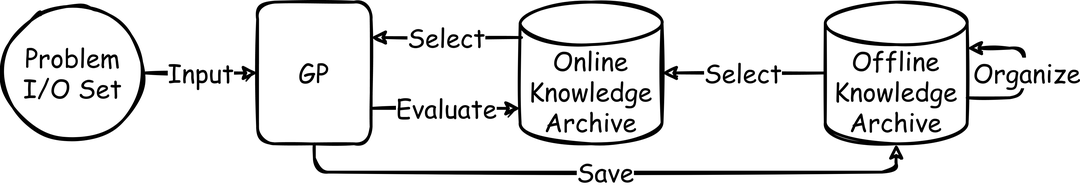
Before: img-readme/simple.png, a diagram exported from draw.io (Y1fanHE/kdps-arm). Source tidied: cells renumbered, new cells last; positions are measured from the earlier drawing's top-left corner, leaving out a move shared by most shapes. Its diagram source:
```xml
<mxGraphModel>
  <root>
    <mxCell id="0" />
    <mxCell id="1" parent="0" />
    <mxCell id="2" style="group;" parent="1" vertex="1">
      <mxGeometry width="720" height="100" as="geometry" />
    </mxCell>
    <mxCell id="3" style="edgeStyle=orthogonalEdgeStyle;orthogonalLoop=1;jettySize=auto;html=1;exitX=1;exitY=0;exitDx=0;exitDy=67.5;entryX=1;entryY=0;entryDx=0;entryDy=32.5;fontFamily=Comic Sans MS;entryPerimeter=0;exitPerimeter=0;sketch=1;rounded=1;strokeWidth=2;" parent="2" edge="1" source="11" target="11">
      <mxGeometry relative="1" as="geometry">
        <Array as="points">
          <mxPoint x="720" y="68" />
          <mxPoint x="720" y="33" />
        </Array>
      </mxGeometry>
    </mxCell>
    <mxCell id="4" value="Organize" style="edgeLabel;html=1;align=center;verticalAlign=middle;fontFamily=Comic Sans MS;fontSize=18;" parent="3" vertex="1">
      <mxGeometry y="-1" relative="1" as="geometry" />
    </mxCell>
    <mxCell id="5" value="GP" style="rounded=1;whiteSpace=wrap;html=1;sketch=1;fontFamily=Comic Sans MS;fillStyle=solid;fontStyle=0;fontSize=18;glass=0;strokeWidth=2;" parent="2" vertex="1">
      <mxGeometry x="180" width="80" height="100" as="geometry" />
    </mxCell>
    <mxCell id="6" value="Input" style="edgeStyle=orthogonalEdgeStyle;jettySize=auto;html=1;fontSize=18;fontFamily=Comic Sans MS;sketch=1;rounded=1;strokeWidth=2;" parent="2" edge="1" source="7" target="5">
      <mxGeometry relative="1" as="geometry" />
    </mxCell>
    <mxCell id="7" value="&lt;div style=&quot;font-size: 18px;&quot;&gt;Problem&lt;br style=&quot;font-size: 18px;&quot;&gt;&lt;/div&gt;&lt;div style=&quot;font-size: 18px;&quot;&gt;I/O Set&lt;/div&gt;" style="ellipse;whiteSpace=wrap;html=1;rounded=1;sketch=1;fontFamily=Comic Sans MS;fillStyle=solid;fontStyle=0;fontSize=18;strokeWidth=2;" parent="2" vertex="1">
      <mxGeometry width="100" height="100" as="geometry" />
    </mxCell>
    <mxCell id="8" value="&lt;div style=&quot;font-size: 18px;&quot;&gt;Online&lt;/div&gt;&lt;div style=&quot;font-size: 18px;&quot;&gt;Knowledge&lt;/div&gt;&lt;div style=&quot;font-size: 18px;&quot;&gt;Archive&lt;/div&gt;" style="shape=cylinder3;whiteSpace=wrap;html=1;boundedLbl=1;backgroundOutline=1;size=15;fontFamily=Comic Sans MS;fontSize=18;sketch=1;strokeWidth=2;fillStyle=solid;" parent="2" vertex="1">
      <mxGeometry x="365" width="100" height="100" as="geometry" />
    </mxCell>
    <mxCell id="9" value="Select" style="edgeStyle=orthogonalEdgeStyle;jettySize=auto;html=1;entryX=1;entryY=0.25;entryDx=0;entryDy=0;fontSize=18;fontFamily=Comic Sans MS;exitX=0.01;exitY=0.25;exitDx=0;exitDy=0;exitPerimeter=0;sketch=1;rounded=1;strokeWidth=2;" parent="2" edge="1" source="8" target="5">
      <mxGeometry relative="1" as="geometry" />
    </mxCell>
    <mxCell id="10" value="Evaluate" style="edgeStyle=orthogonalEdgeStyle;jettySize=auto;html=1;exitX=1;exitY=0.75;exitDx=0;exitDy=0;entryX=0;entryY=0.75;entryDx=0;entryDy=0;fontFamily=Comic Sans MS;fontSize=18;entryPerimeter=0;sketch=1;rounded=1;strokeWidth=2;" parent="2" edge="1" source="5" target="8">
      <mxGeometry relative="1" as="geometry" />
    </mxCell>
    <mxCell id="11" value="Offline&lt;div style=&quot;font-size: 18px&quot;&gt;Knowledge&lt;/div&gt;&lt;div style=&quot;font-size: 18px&quot;&gt;Archive&lt;/div&gt;" style="shape=cylinder3;whiteSpace=wrap;html=1;boundedLbl=1;backgroundOutline=1;size=15;fontFamily=Comic Sans MS;fontSize=18;sketch=1;strokeWidth=2;fillStyle=solid;" parent="2" vertex="1">
      <mxGeometry x="580" width="100" height="100" as="geometry" />
    </mxCell>
    <mxCell id="12" value="Save" style="edgeStyle=orthogonalEdgeStyle;jettySize=auto;html=1;exitX=0.5;exitY=1;exitDx=0;exitDy=0;fontSize=18;fontFamily=Comic Sans MS;entryX=0.5;entryY=1;entryDx=0;entryDy=0;entryPerimeter=0;sketch=1;rounded=1;strokeWidth=2;" parent="2" edge="1" source="5" target="11">
      <mxGeometry relative="1" as="geometry" />
    </mxCell>
    <mxCell id="13" value="Select" style="edgeStyle=orthogonalEdgeStyle;jettySize=auto;html=1;entryX=1;entryY=0.5;entryDx=0;entryDy=0;exitX=0;exitY=0.5;exitDx=0;exitDy=0;fontSize=18;fontFamily=Comic Sans MS;entryPerimeter=0;exitPerimeter=0;sketch=1;rounded=1;strokeWidth=2;" parent="2" edge="1" source="11" target="8">
      <mxGeometry relative="1" as="geometry" />
    </mxCell>
  </root>
</mxGraphModel>
```
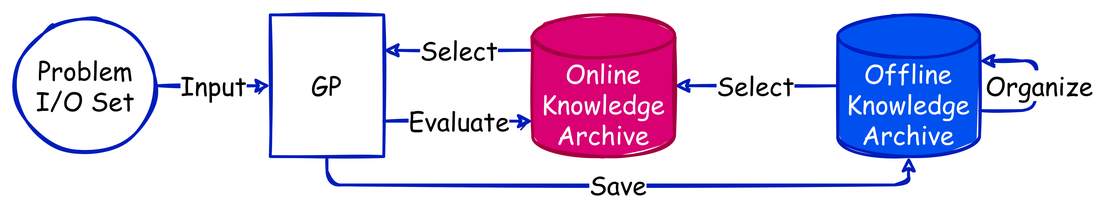
Later version of the same file.

Change to the diagram source:
```diff
@@ -3,45 +3,48 @@
     <mxCell id="0" />
     <mxCell id="1" parent="0" />
     <mxCell id="2" style="group;" parent="1" vertex="1">
-      <mxGeometry width="720" height="100" as="geometry" />
+      <mxGeometry width="780" height="150" as="geometry" />
     </mxCell>
-    <mxCell id="3" style="edgeStyle=orthogonalEdgeStyle;orthogonalLoop=1;jettySize=auto;html=1;exitX=1;exitY=0;exitDx=0;exitDy=67.5;entryX=1;entryY=0;entryDx=0;entryDy=32.5;fontFamily=Comic Sans MS;entryPerimeter=0;exitPerimeter=0;sketch=1;rounded=1;strokeWidth=2;" parent="2" edge="1" source="11" target="11">
-      <mxGeometry relative="1" as="geometry">
-        <Array as="points">
-          <mxPoint x="720" y="68" />
-          <mxPoint x="720" y="33" />
-        </Array>
-      </mxGeometry>
+    <mxCell id="3" style="rounded=0;whiteSpace=wrap;html=1;fillColor=none;strokeColor=none;" parent="2" vertex="1">
+      <mxGeometry width="780" height="150" as="geometry" />
     </mxCell>
-    <mxCell id="4" value="Organize" style="edgeLabel;html=1;align=center;verticalAlign=middle;fontFamily=Comic Sans MS;fontSize=18;" parent="3" vertex="1">
-      <mxGeometry y="-1" relative="1" as="geometry" />
+    <mxCell id="4" style="edgeStyle=orthogonalEdgeStyle;orthogonalLoop=1;jettySize=auto;html=1;exitX=1;exitY=0;exitDx=0;exitDy=67.5;entryX=1;entryY=0;entryDx=0;entryDy=32.5;fontFamily=Comic Sans MS;entryPerimeter=0;exitPerimeter=0;sketch=1;rounded=1;strokeWidth=2;fillColor=#0050ef;strokeColor=#001DBC;" parent="2" edge="1" source="11" target="11">
+      <mxGeometry relative="1" as="geometry">
+        <Array as="points">
+          <mxPoint x="730" y="78" />
+          <mxPoint x="730" y="43" />
+        </Array>
+      </mxGeometry>
     </mxCell>
-    <mxCell id="5" value="GP" style="rounded=1;whiteSpace=wrap;html=1;sketch=1;fontFamily=Comic Sans MS;fillStyle=solid;fontStyle=0;fontSize=18;glass=0;strokeWidth=2;" parent="2" vertex="1">
-      <mxGeometry x="180" width="80" height="100" as="geometry" />
+    <mxCell id="5" value="Organize" style="edgeLabel;html=1;align=center;verticalAlign=middle;points=[];fontFamily=Comic Sans MS;fontSize=18;" parent="4" vertex="1">
+      <mxGeometry y="-1" relative="1" as="geometry" />
     </mxCell>
-    <mxCell id="6" value="Input" style="edgeStyle=orthogonalEdgeStyle;jettySize=auto;html=1;fontSize=18;fontFamily=Comic Sans MS;sketch=1;rounded=1;strokeWidth=2;" parent="2" edge="1" source="7" target="5">
-      <mxGeometry relative="1" as="geometry" />
+    <mxCell id="6" value="GP" style="rounded=0;whiteSpace=wrap;html=1;sketch=1;fontFamily=Comic Sans MS;fillStyle=solid;fontStyle=0;fontSize=18;glass=0;strokeWidth=2;fillColor=none;fontColor=default;strokeColor=#001DBC;" parent="2" vertex="1">
+      <mxGeometry x="190" y="10" width="80" height="100" as="geometry" />
     </mxCell>
-    <mxCell id="7" value="&lt;div style=&quot;font-size: 18px;&quot;&gt;Problem&lt;br style=&quot;font-size: 18px;&quot;&gt;&lt;/div&gt;&lt;div style=&quot;font-size: 18px;&quot;&gt;I/O Set&lt;/div&gt;" style="ellipse;whiteSpace=wrap;html=1;rounded=1;sketch=1;fontFamily=Comic Sans MS;fillStyle=solid;fontStyle=0;fontSize=18;strokeWidth=2;" parent="2" vertex="1">
-      <mxGeometry width="100" height="100" as="geometry" />
+    <mxCell id="7" value="Input" style="edgeStyle=orthogonalEdgeStyle;jettySize=auto;html=1;fontSize=18;fontFamily=Comic Sans MS;sketch=1;rounded=1;strokeWidth=2;fillColor=#0050ef;strokeColor=#001DBC;" parent="2" edge="1" source="8" target="6">
+      <mxGeometry relative="1" as="geometry" />
     </mxCell>
-    <mxCell id="8" value="&lt;div style=&quot;font-size: 18px;&quot;&gt;Online&lt;/div&gt;&lt;div style=&quot;font-size: 18px;&quot;&gt;Knowledge&lt;/div&gt;&lt;div style=&quot;font-size: 18px;&quot;&gt;Archive&lt;/div&gt;" style="shape=cylinder3;whiteSpace=wrap;html=1;boundedLbl=1;backgroundOutline=1;size=15;fontFamily=Comic Sans MS;fontSize=18;sketch=1;strokeWidth=2;fillStyle=solid;" parent="2" vertex="1">
-      <mxGeometry x="365" width="100" height="100" as="geometry" />
+    <mxCell id="8" value="&lt;div style=&quot;font-size: 18px;&quot;&gt;Problem&lt;br style=&quot;font-size: 18px;&quot;&gt;&lt;/div&gt;&lt;div style=&quot;font-size: 18px;&quot;&gt;I/O Set&lt;/div&gt;" style="ellipse;whiteSpace=wrap;html=1;rounded=1;sketch=1;fontFamily=Comic Sans MS;fillStyle=solid;fontStyle=0;fontSize=18;strokeWidth=2;fillColor=none;fontColor=default;strokeColor=#001DBC;" parent="2" vertex="1">
+      <mxGeometry x="10" y="10" width="100" height="100" as="geometry" />
     </mxCell>
-    <mxCell id="9" value="Select" style="edgeStyle=orthogonalEdgeStyle;jettySize=auto;html=1;entryX=1;entryY=0.25;entryDx=0;entryDy=0;fontSize=18;fontFamily=Comic Sans MS;exitX=0.01;exitY=0.25;exitDx=0;exitDy=0;exitPerimeter=0;sketch=1;rounded=1;strokeWidth=2;" parent="2" edge="1" source="8" target="5">
+    <mxCell id="9" value="Select" style="edgeStyle=orthogonalEdgeStyle;jettySize=auto;html=1;entryX=1;entryY=0.25;entryDx=0;entryDy=0;fontSize=18;fontFamily=Comic Sans MS;exitX=0.01;exitY=0.25;exitDx=0;exitDy=0;exitPerimeter=0;sketch=1;rounded=1;strokeWidth=2;fillColor=#0050ef;strokeColor=#001DBC;" parent="2" edge="1" source="14" target="6">
       <mxGeometry relative="1" as="geometry" />
     </mxCell>
-    <mxCell id="10" value="Evaluate" style="edgeStyle=orthogonalEdgeStyle;jettySize=auto;html=1;exitX=1;exitY=0.75;exitDx=0;exitDy=0;entryX=0;entryY=0.75;entryDx=0;entryDy=0;fontFamily=Comic Sans MS;fontSize=18;entryPerimeter=0;sketch=1;rounded=1;strokeWidth=2;" parent="2" edge="1" source="5" target="8">
+    <mxCell id="10" value="Evaluate" style="edgeStyle=orthogonalEdgeStyle;jettySize=auto;html=1;exitX=1;exitY=0.75;exitDx=0;exitDy=0;entryX=0;entryY=0.75;entryDx=0;entryDy=0;fontFamily=Comic Sans MS;fontSize=18;entryPerimeter=0;sketch=1;rounded=1;strokeWidth=2;fillColor=#0050ef;strokeColor=#001DBC;" parent="2" edge="1" source="6" target="14">
       <mxGeometry relative="1" as="geometry" />
     </mxCell>
-    <mxCell id="11" value="Offline&lt;div style=&quot;font-size: 18px&quot;&gt;Knowledge&lt;/div&gt;&lt;div style=&quot;font-size: 18px&quot;&gt;Archive&lt;/div&gt;" style="shape=cylinder3;whiteSpace=wrap;html=1;boundedLbl=1;backgroundOutline=1;size=15;fontFamily=Comic Sans MS;fontSize=18;sketch=1;strokeWidth=2;fillStyle=solid;" parent="2" vertex="1">
-      <mxGeometry x="580" width="100" height="100" as="geometry" />
+    <mxCell id="11" value="Offline&lt;div style=&quot;font-size: 18px&quot;&gt;Knowledge&lt;/div&gt;&lt;div style=&quot;font-size: 18px&quot;&gt;Archive&lt;/div&gt;" style="shape=cylinder3;whiteSpace=wrap;html=1;boundedLbl=1;backgroundOutline=1;size=15;fontFamily=Comic Sans MS;fontSize=18;sketch=1;strokeWidth=2;fillStyle=solid;fillColor=#0050ef;fontColor=#ffffff;strokeColor=#001DBC;" parent="2" vertex="1">
+      <mxGeometry x="590" y="10" width="100" height="100" as="geometry" />
     </mxCell>
-    <mxCell id="12" value="Save" style="edgeStyle=orthogonalEdgeStyle;jettySize=auto;html=1;exitX=0.5;exitY=1;exitDx=0;exitDy=0;fontSize=18;fontFamily=Comic Sans MS;entryX=0.5;entryY=1;entryDx=0;entryDy=0;entryPerimeter=0;sketch=1;rounded=1;strokeWidth=2;" parent="2" edge="1" source="5" target="11">
+    <mxCell id="12" value="Save" style="edgeStyle=orthogonalEdgeStyle;jettySize=auto;html=1;exitX=0.5;exitY=1;exitDx=0;exitDy=0;fontSize=18;fontFamily=Comic Sans MS;entryX=0.5;entryY=1;entryDx=0;entryDy=0;entryPerimeter=0;sketch=1;rounded=1;strokeWidth=2;fillColor=#0050ef;strokeColor=#001DBC;" parent="2" edge="1" source="6" target="11">
       <mxGeometry relative="1" as="geometry" />
     </mxCell>
-    <mxCell id="13" value="Select" style="edgeStyle=orthogonalEdgeStyle;jettySize=auto;html=1;entryX=1;entryY=0.5;entryDx=0;entryDy=0;exitX=0;exitY=0.5;exitDx=0;exitDy=0;fontSize=18;fontFamily=Comic Sans MS;entryPerimeter=0;exitPerimeter=0;sketch=1;rounded=1;strokeWidth=2;" parent="2" edge="1" source="11" target="8">
+    <mxCell id="13" value="Select" style="edgeStyle=orthogonalEdgeStyle;jettySize=auto;html=1;entryX=1;entryY=0.5;entryDx=0;entryDy=0;exitX=0;exitY=0.5;exitDx=0;exitDy=0;fontSize=18;fontFamily=Comic Sans MS;entryPerimeter=0;exitPerimeter=0;sketch=1;rounded=1;strokeWidth=2;fillColor=#0050ef;strokeColor=#001DBC;" parent="2" edge="1" source="11" target="14">
       <mxGeometry relative="1" as="geometry" />
     </mxCell>
+    <mxCell id="14" value="&lt;div style=&quot;font-size: 18px;&quot;&gt;Online&lt;/div&gt;&lt;div style=&quot;font-size: 18px;&quot;&gt;Knowledge&lt;/div&gt;&lt;div style=&quot;font-size: 18px;&quot;&gt;Archive&lt;/div&gt;" style="shape=cylinder3;whiteSpace=wrap;html=1;boundedLbl=1;backgroundOutline=1;size=15;fontFamily=Comic Sans MS;fontSize=18;sketch=1;strokeWidth=2;fillStyle=solid;fillColor=#d80073;fontColor=#ffffff;strokeColor=#A50040;" parent="2" vertex="1">
+      <mxGeometry x="375" y="10" width="100" height="100" as="geometry" />
+    </mxCell>
   </root>
 </mxGraphModel>
```
